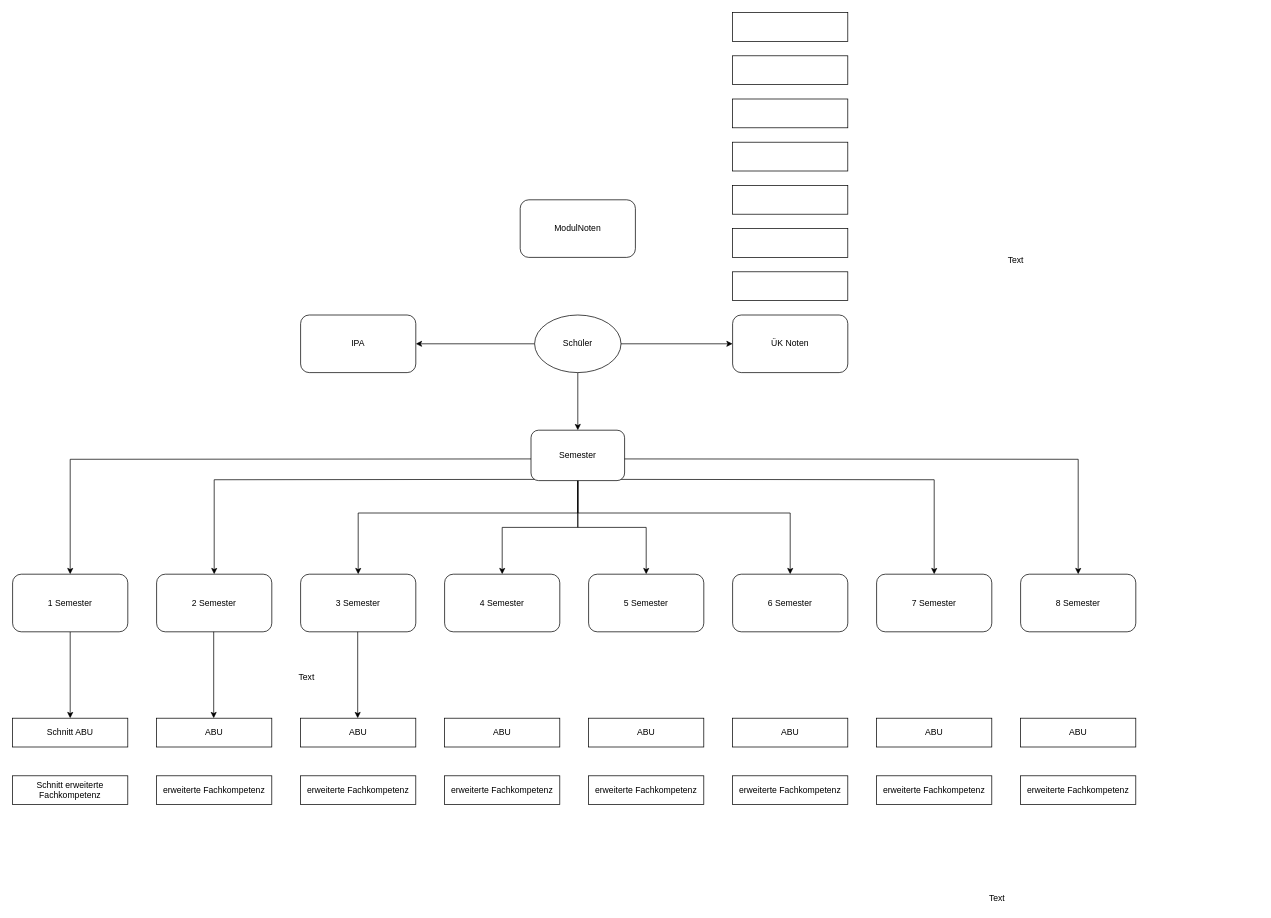
Before: 01_Dokumente/tables+fields.drawio in nikolaischunk/qv_calvulator, a draw.io diagram. Source tidied: cells renumbered, new cells numbered last; positions are measured from the earlier drawing's top-left corner, leaving out a move shared by most shapes. Both pictures are drawn from the tidied source at 72%, with x=0, y=0 at pixel (12, 12).
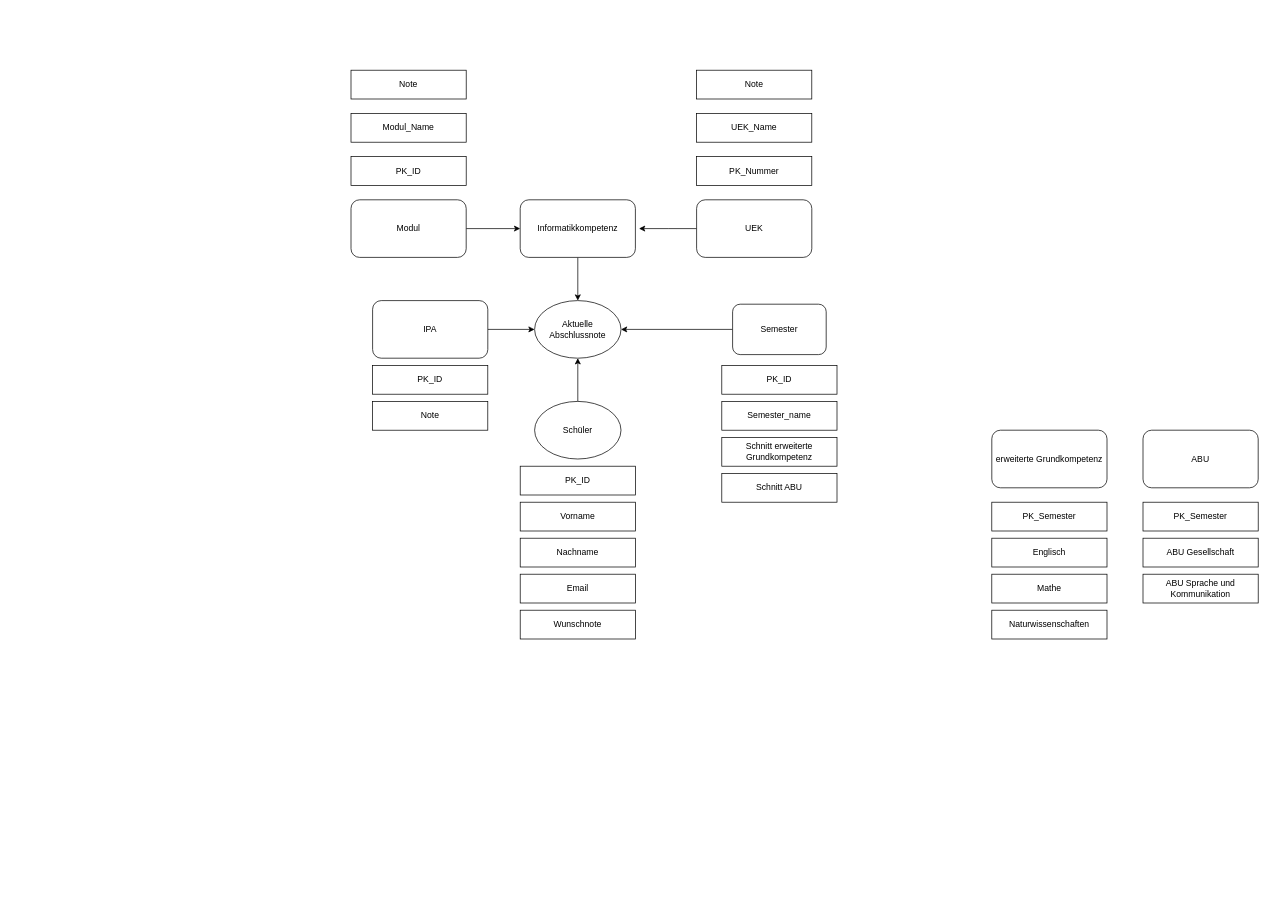
Above is the later version.

Commit message (it also covers changes not shown here):
Corrected the tables + sql

The edit, as a diff of the source:
```diff
@@
-    <mxCell id="2" value="4 Semester" style="rounded=1;whiteSpace=wrap;html=1;" parent="1" vertex="1">
-      <mxGeometry x="600" y="780" width="160" height="80" as="geometry" />
-    </mxCell>
-    <mxCell id="3" value="3 Semester" style="rounded=1;whiteSpace=wrap;html=1;" parent="1" vertex="1">
-      <mxGeometry x="400" y="780" width="160" height="80" as="geometry" />
-    </mxCell>
-    <mxCell id="4" style="edgeStyle=orthogonalEdgeStyle;rounded=0;jettySize=auto;html=1;entryX=0.5;entryY=0;entryDx=0;entryDy=0;" parent="1" edge="1" source="5" target="11">
-      <mxGeometry relative="1" as="geometry" />
-    </mxCell>
-    <mxCell id="5" value="1 Semester" style="rounded=1;whiteSpace=wrap;html=1;" parent="1" vertex="1">
-      <mxGeometry y="780" width="160" height="80" as="geometry" />
-    </mxCell>
-    <mxCell id="6" value="2 Semester" style="rounded=1;whiteSpace=wrap;html=1;" parent="1" vertex="1">
-      <mxGeometry x="200" y="780" width="160" height="80" as="geometry" />
-    </mxCell>
-    <mxCell id="7" value="5 Semester" style="rounded=1;whiteSpace=wrap;html=1;" parent="1" vertex="1">
-      <mxGeometry x="800" y="780" width="160" height="80" as="geometry" />
-    </mxCell>
-    <mxCell id="8" value="6 Semester" style="rounded=1;whiteSpace=wrap;html=1;" parent="1" vertex="1">
-      <mxGeometry x="1000" y="780" width="160" height="80" as="geometry" />
-    </mxCell>
-    <mxCell id="9" value="7 Semester" style="rounded=1;whiteSpace=wrap;html=1;" parent="1" vertex="1">
-      <mxGeometry x="1200" y="780" width="160" height="80" as="geometry" />
-    </mxCell>
-    <mxCell id="10" value="8 Semester" style="rounded=1;whiteSpace=wrap;html=1;" parent="1" vertex="1">
-      <mxGeometry x="1400" y="780" width="160" height="80" as="geometry" />
-    </mxCell>
     <mxCell id="11" value="Schnitt ABU" style="rounded=0;whiteSpace=wrap;html=1;" parent="1" vertex="1">
-      <mxGeometry y="980" width="160" height="40" as="geometry" />
+      <mxGeometry x="985" y="640" width="160" height="40" as="geometry" />
     </mxCell>
-    <mxCell id="12" value="Schnitt erweiterte Fachkompetenz" style="rounded=0;whiteSpace=wrap;html=1;" parent="1" vertex="1">
-      <mxGeometry y="1060" width="160" height="40" as="geometry" />
+    <mxCell id="12" value="Schnitt erweiterte Grundkompetenz" style="rounded=0;whiteSpace=wrap;html=1;" parent="1" vertex="1">
+      <mxGeometry x="985" y="590" width="160" height="40" as="geometry" />
     </mxCell>
-    <mxCell id="13" style="edgeStyle=orthogonalEdgeStyle;rounded=0;jettySize=auto;html=1;" parent="1" edge="1" target="5">
-      <mxGeometry relative="1" as="geometry">
-        <mxPoint x="720" y="619.9" as="sourcePoint" />
-      </mxGeometry>
-    </mxCell>
-    <mxCell id="14" style="edgeStyle=orthogonalEdgeStyle;rounded=0;jettySize=auto;html=1;exitX=0;exitY=1;exitDx=0;exitDy=0;entryX=0.5;entryY=0;entryDx=0;entryDy=0;" parent="1" edge="1" target="6">
-      <mxGeometry relative="1" as="geometry">
-        <mxPoint x="737.6" y="648.3" as="sourcePoint" />
-      </mxGeometry>
-    </mxCell>
-    <mxCell id="15" style="edgeStyle=orthogonalEdgeStyle;rounded=0;jettySize=auto;html=1;" parent="1" edge="1" target="10">
-      <mxGeometry relative="1" as="geometry">
-        <mxPoint x="840" y="619.9" as="sourcePoint" />
-      </mxGeometry>
-    </mxCell>
-    <mxCell id="16" style="edgeStyle=orthogonalEdgeStyle;rounded=0;jettySize=auto;html=1;exitX=1;exitY=1;exitDx=0;exitDy=0;entryX=0.5;entryY=0;entryDx=0;entryDy=0;" parent="1" edge="1" target="9">
-      <mxGeometry relative="1" as="geometry">
-        <mxPoint x="822.4" y="648.3" as="sourcePoint" />
-      </mxGeometry>
-    </mxCell>
+    <mxCell id="55" style="edgeStyle=orthogonalEdgeStyle;rounded=0;jettySize=auto;html=1;" parent="1" edge="1" source="17" target="42">
+      <mxGeometry relative="1" as="geometry" />
+    </mxCell>
     <mxCell id="17" value="IPA" style="rounded=1;whiteSpace=wrap;html=1;" parent="1" vertex="1">
-      <mxGeometry x="400" y="420" width="160" height="80" as="geometry" />
+      <mxGeometry x="500" y="400" width="160" height="80" as="geometry" />
     </mxCell>
+    <mxCell id="56" style="edgeStyle=orthogonalEdgeStyle;rounded=0;jettySize=auto;html=1;" parent="1" edge="1" source="18">
+      <mxGeometry relative="1" as="geometry">
+        <mxPoint x="870" y="300" as="targetPoint" />
+      </mxGeometry>
+    </mxCell>
-    <mxCell id="18" value="ÜK Noten" style="rounded=1;whiteSpace=wrap;html=1;" parent="1" vertex="1">
-      <mxGeometry x="1000" y="420" width="160" height="80" as="geometry" />
+    <mxCell id="18" value="UEK" style="rounded=1;whiteSpace=wrap;html=1;" parent="1" vertex="1">
+      <mxGeometry x="950" y="260" width="160" height="80" as="geometry" />
     </mxCell>
-    <mxCell id="19" value="ABU" style="rounded=0;whiteSpace=wrap;html=1;" parent="1" vertex="1">
-      <mxGeometry x="200" y="980" width="160" height="40" as="geometry" />
-    </mxCell>
-    <mxCell id="20" value="erweiterte Fachkompetenz" style="rounded=0;whiteSpace=wrap;html=1;" parent="1" vertex="1">
-      <mxGeometry x="200" y="1060" width="160" height="40" as="geometry" />
-    </mxCell>
-    <mxCell id="21" value="ABU" style="rounded=0;whiteSpace=wrap;html=1;" parent="1" vertex="1">
-      <mxGeometry x="400" y="980" width="160" height="40" as="geometry" />
-    </mxCell>
-    <mxCell id="22" value="erweiterte Fachkompetenz" style="rounded=0;whiteSpace=wrap;html=1;" parent="1" vertex="1">
-      <mxGeometry x="400" y="1060" width="160" height="40" as="geometry" />
-    </mxCell>
-    <mxCell id="23" value="ABU" style="rounded=0;whiteSpace=wrap;html=1;" parent="1" vertex="1">
-      <mxGeometry x="600" y="980" width="160" height="40" as="geometry" />
-    </mxCell>
-    <mxCell id="24" value="erweiterte Fachkompetenz" style="rounded=0;whiteSpace=wrap;html=1;" parent="1" vertex="1">
-      <mxGeometry x="600" y="1060" width="160" height="40" as="geometry" />
-    </mxCell>
-    <mxCell id="25" value="ABU" style="rounded=0;whiteSpace=wrap;html=1;" parent="1" vertex="1">
-      <mxGeometry x="800" y="980" width="160" height="40" as="geometry" />
-    </mxCell>
-    <mxCell id="26" value="erweiterte Fachkompetenz" style="rounded=0;whiteSpace=wrap;html=1;" parent="1" vertex="1">
-      <mxGeometry x="800" y="1060" width="160" height="40" as="geometry" />
-    </mxCell>
-    <mxCell id="27" value="ABU" style="rounded=0;whiteSpace=wrap;html=1;" parent="1" vertex="1">
-      <mxGeometry x="1000" y="980" width="160" height="40" as="geometry" />
-    </mxCell>
-    <mxCell id="28" value="erweiterte Fachkompetenz" style="rounded=0;whiteSpace=wrap;html=1;" parent="1" vertex="1">
-      <mxGeometry x="1000" y="1060" width="160" height="40" as="geometry" />
-    </mxCell>
-    <mxCell id="29" value="ABU" style="rounded=0;whiteSpace=wrap;html=1;" parent="1" vertex="1">
-      <mxGeometry x="1200" y="980" width="160" height="40" as="geometry" />
-    </mxCell>
-    <mxCell id="30" value="erweiterte Fachkompetenz" style="rounded=0;whiteSpace=wrap;html=1;" parent="1" vertex="1">
-      <mxGeometry x="1200" y="1060" width="160" height="40" as="geometry" />
-    </mxCell>
-    <mxCell id="31" value="ABU" style="rounded=0;whiteSpace=wrap;html=1;" parent="1" vertex="1">
-      <mxGeometry x="1400" y="980" width="160" height="40" as="geometry" />
-    </mxCell>
-    <mxCell id="32" value="erweiterte Fachkompetenz" style="rounded=0;whiteSpace=wrap;html=1;" parent="1" vertex="1">
-      <mxGeometry x="1400" y="1060" width="160" height="40" as="geometry" />
-    </mxCell>
-    <mxCell id="33" value="Text" style="text;html=1;align=center;verticalAlign=middle;" parent="1" vertex="1">
-      <mxGeometry x="1347" y="1220" width="40" height="20" as="geometry" />
-    </mxCell>
-    <mxCell id="34" style="edgeStyle=orthogonalEdgeStyle;rounded=0;jettySize=auto;html=1;" parent="1" edge="1" source="38">
-      <mxGeometry relative="1" as="geometry">
-        <mxPoint x="480" y="780" as="targetPoint" />
-        <Array as="points">
-          <mxPoint x="785" y="695" />
-          <mxPoint x="480" y="695" />
-          <mxPoint x="480" y="780" />
-        </Array>
-      </mxGeometry>
-    </mxCell>
-    <mxCell id="35" style="edgeStyle=orthogonalEdgeStyle;rounded=0;jettySize=auto;html=1;entryX=0.5;entryY=0;entryDx=0;entryDy=0;" parent="1" edge="1" source="38" target="8">
-      <mxGeometry relative="1" as="geometry">
-        <Array as="points">
-          <mxPoint x="785" y="695" />
-          <mxPoint x="1080" y="695" />
-        </Array>
-      </mxGeometry>
-    </mxCell>
-    <mxCell id="36" style="edgeStyle=orthogonalEdgeStyle;rounded=0;jettySize=auto;html=1;entryX=0.5;entryY=0;entryDx=0;entryDy=0;" parent="1" edge="1" source="38" target="2">
-      <mxGeometry relative="1" as="geometry" />
-    </mxCell>
-    <mxCell id="37" style="edgeStyle=orthogonalEdgeStyle;rounded=0;jettySize=auto;html=1;" parent="1" edge="1" source="38" target="7">
-      <mxGeometry relative="1" as="geometry" />
-    </mxCell>
+    <mxCell id="57" style="edgeStyle=orthogonalEdgeStyle;rounded=0;jettySize=auto;html=1;" parent="1" edge="1" source="38" target="42">
+      <mxGeometry relative="1" as="geometry" />
+    </mxCell>
     <mxCell id="38" value="Semester" style="rounded=1;whiteSpace=wrap;html=1;" parent="1" vertex="1">
-      <mxGeometry x="720" y="580" width="130" height="70" as="geometry" />
+      <mxGeometry x="1000" y="405" width="130" height="70" as="geometry" />
     </mxCell>
-    <mxCell id="39" style="edgeStyle=orthogonalEdgeStyle;rounded=0;jettySize=auto;html=1;exitX=1;exitY=0.5;exitDx=0;exitDy=0;" parent="1" edge="1" source="42" target="18">
-      <mxGeometry relative="1" as="geometry" />
-    </mxCell>
-    <mxCell id="40" style="edgeStyle=orthogonalEdgeStyle;rounded=0;jettySize=auto;html=1;entryX=1;entryY=0.5;entryDx=0;entryDy=0;" parent="1" edge="1" source="42" target="17">
-      <mxGeometry relative="1" as="geometry" />
-    </mxCell>
-    <mxCell id="41" style="edgeStyle=orthogonalEdgeStyle;rounded=0;jettySize=auto;html=1;" parent="1" edge="1" source="42" target="38">
-      <mxGeometry relative="1" as="geometry">
-        <Array as="points">
-          <mxPoint x="785" y="570" />
-          <mxPoint x="785" y="570" />
-        </Array>
-      </mxGeometry>
-    </mxCell>
-    <mxCell id="42" value="Schüler" style="ellipse;whiteSpace=wrap;html=1;" parent="1" vertex="1">
-      <mxGeometry x="725" y="420" width="120" height="80" as="geometry" />
+    <mxCell id="42" value="Aktuelle&lt;br&gt;Abschlussnote" style="ellipse;whiteSpace=wrap;html=1;" parent="1" vertex="1">
+      <mxGeometry x="725" y="400" width="120" height="80" as="geometry" />
     </mxCell>
-    <mxCell id="43" style="rounded=0;whiteSpace=wrap;html=1;" parent="1" vertex="1">
-      <mxGeometry x="1000" y="360" width="160" height="40" as="geometry" />
+    <mxCell id="43" value="PK_Nummer" style="rounded=0;whiteSpace=wrap;html=1;" parent="1" vertex="1">
+      <mxGeometry x="950" y="200" width="160" height="40" as="geometry" />
     </mxCell>
-    <mxCell id="44" style="rounded=0;whiteSpace=wrap;html=1;" parent="1" vertex="1">
-      <mxGeometry x="1000" y="300" width="160" height="40" as="geometry" />
+    <mxCell id="44" value="Note" style="rounded=0;whiteSpace=wrap;html=1;" parent="1" vertex="1">
+      <mxGeometry x="950" y="80" width="160" height="40" as="geometry" />
     </mxCell>
-    <mxCell id="45" style="rounded=0;whiteSpace=wrap;html=1;" parent="1" vertex="1">
-      <mxGeometry x="1000" y="240" width="160" height="40" as="geometry" />
-    </mxCell>
-    <mxCell id="46" style="rounded=0;whiteSpace=wrap;html=1;" parent="1" vertex="1">
-      <mxGeometry x="1000" y="180" width="160" height="40" as="geometry" />
-    </mxCell>
-    <mxCell id="47" style="rounded=0;whiteSpace=wrap;html=1;" parent="1" vertex="1">
-      <mxGeometry x="1000" y="120" width="160" height="40" as="geometry" />
-    </mxCell>
-    <mxCell id="48" style="rounded=0;whiteSpace=wrap;html=1;" parent="1" vertex="1">
-      <mxGeometry x="1000" y="60" width="160" height="40" as="geometry" />
-    </mxCell>
-    <mxCell id="49" style="rounded=0;whiteSpace=wrap;html=1;" parent="1" vertex="1">
-      <mxGeometry x="1000" width="160" height="40" as="geometry" />
-    </mxCell>
-    <mxCell id="50" value="Text" style="text;html=1;align=center;verticalAlign=middle;" parent="1" vertex="1">
-      <mxGeometry x="1373" y="334" width="40" height="20" as="geometry" />
-    </mxCell>
-    <mxCell id="51" style="edgeStyle=orthogonalEdgeStyle;rounded=0;orthogonalLoop=1;jettySize=auto;html=1;entryX=0.5;entryY=0;entryDx=0;entryDy=0;" parent="1" edge="1">
-      <mxGeometry relative="1" as="geometry">
-        <mxPoint x="279.3" y="860" as="sourcePoint" />
-        <mxPoint x="279.3" y="980" as="targetPoint" />
-      </mxGeometry>
-    </mxCell>
-    <mxCell id="52" style="edgeStyle=orthogonalEdgeStyle;rounded=0;orthogonalLoop=1;jettySize=auto;html=1;entryX=0.5;entryY=0;entryDx=0;entryDy=0;" parent="1" edge="1">
-      <mxGeometry relative="1" as="geometry">
-        <mxPoint x="479.3" y="860" as="sourcePoint" />
-        <mxPoint x="479.3" y="980" as="targetPoint" />
-      </mxGeometry>
-    </mxCell>
-    <mxCell id="53" value="Text" style="text;html=1;align=center;verticalAlign=middle;" parent="1" vertex="1">
-      <mxGeometry x="388" y="913" width="40" height="20" as="geometry" />
-    </mxCell>
+    <mxCell id="58" style="edgeStyle=orthogonalEdgeStyle;rounded=0;jettySize=auto;html=1;" parent="1" edge="1" source="54" target="42">
+      <mxGeometry relative="1" as="geometry" />
+    </mxCell>
-    <mxCell id="54" value="ModulNoten" style="rounded=1;whiteSpace=wrap;html=1;" parent="1" vertex="1">
+    <mxCell id="54" value="Informatikkompetenz" style="rounded=1;whiteSpace=wrap;html=1;" parent="1" vertex="1">
       <mxGeometry x="705" y="260" width="160" height="80" as="geometry" />
     </mxCell>
+    <mxCell id="59" style="edgeStyle=orthogonalEdgeStyle;rounded=0;jettySize=auto;html=1;" parent="1" edge="1" source="60" target="54">
+      <mxGeometry relative="1" as="geometry" />
+    </mxCell>
+    <mxCell id="60" value="&lt;div&gt;Modul&lt;/div&gt;" style="rounded=1;whiteSpace=wrap;html=1;" parent="1" vertex="1">
+      <mxGeometry x="470" y="260" width="160" height="80" as="geometry" />
+    </mxCell>
+    <mxCell id="61" value="Modul_Name" style="rounded=0;whiteSpace=wrap;html=1;" parent="1" vertex="1">
+      <mxGeometry x="470" y="140" width="160" height="40" as="geometry" />
+    </mxCell>
+    <mxCell id="62" value="Note" style="rounded=0;whiteSpace=wrap;html=1;" parent="1" vertex="1">
+      <mxGeometry x="470" y="80" width="160" height="40" as="geometry" />
+    </mxCell>
+    <mxCell id="63" value="erweiterte Grundkompetenz" style="rounded=1;whiteSpace=wrap;html=1;" parent="1" vertex="1">
+      <mxGeometry x="1360" y="580" width="160" height="80" as="geometry" />
+    </mxCell>
+    <mxCell id="64" value="PK_Semester" style="rounded=0;whiteSpace=wrap;html=1;" parent="1" vertex="1">
+      <mxGeometry x="1360" y="680" width="160" height="40" as="geometry" />
+    </mxCell>
+    <mxCell id="65" value="Englisch" style="rounded=0;whiteSpace=wrap;html=1;" parent="1" vertex="1">
+      <mxGeometry x="1360" y="730" width="160" height="40" as="geometry" />
+    </mxCell>
+    <mxCell id="66" value="Mathe" style="rounded=0;whiteSpace=wrap;html=1;" parent="1" vertex="1">
+      <mxGeometry x="1360" y="780" width="160" height="40" as="geometry" />
+    </mxCell>
+    <mxCell id="67" value="Naturwissenschaften" style="rounded=0;whiteSpace=wrap;html=1;" parent="1" vertex="1">
+      <mxGeometry x="1360" y="830" width="160" height="40" as="geometry" />
+    </mxCell>
+    <mxCell id="68" value="PK_ID" style="rounded=0;whiteSpace=wrap;html=1;" parent="1" vertex="1">
+      <mxGeometry x="985" y="490" width="160" height="40" as="geometry" />
+    </mxCell>
+    <mxCell id="69" value="PK_Semester" style="rounded=0;whiteSpace=wrap;html=1;" parent="1" vertex="1">
+      <mxGeometry x="1570" y="680" width="160" height="40" as="geometry" />
+    </mxCell>
+    <mxCell id="70" value="ABU Gesellschaft" style="rounded=0;whiteSpace=wrap;html=1;" parent="1" vertex="1">
+      <mxGeometry x="1570" y="730" width="160" height="40" as="geometry" />
+    </mxCell>
+    <mxCell id="71" value="ABU Sprache und&lt;br&gt;Kommunikation" style="rounded=0;whiteSpace=wrap;html=1;" parent="1" vertex="1">
+      <mxGeometry x="1570" y="780" width="160" height="40" as="geometry" />
+    </mxCell>
+    <mxCell id="72" value="PK_ID" style="rounded=0;whiteSpace=wrap;html=1;" parent="1" vertex="1">
+      <mxGeometry x="705" y="630" width="160" height="40" as="geometry" />
+    </mxCell>
+    <mxCell id="73" value="Vorname" style="rounded=0;whiteSpace=wrap;html=1;" parent="1" vertex="1">
+      <mxGeometry x="705" y="680" width="160" height="40" as="geometry" />
+    </mxCell>
+    <mxCell id="74" value="Nachname" style="rounded=0;whiteSpace=wrap;html=1;" parent="1" vertex="1">
+      <mxGeometry x="705" y="730" width="160" height="40" as="geometry" />
+    </mxCell>
+    <mxCell id="75" value="Email" style="rounded=0;whiteSpace=wrap;html=1;" parent="1" vertex="1">
+      <mxGeometry x="705" y="780" width="160" height="40" as="geometry" />
+    </mxCell>
+    <mxCell id="76" value="Wunschnote" style="rounded=0;whiteSpace=wrap;html=1;" parent="1" vertex="1">
+      <mxGeometry x="705" y="830" width="160" height="40" as="geometry" />
+    </mxCell>
+    <mxCell id="77" value="&lt;div&gt;ABU&lt;/div&gt;" style="rounded=1;whiteSpace=wrap;html=1;" parent="1" vertex="1">
+      <mxGeometry x="1570" y="580" width="160" height="80" as="geometry" />
+    </mxCell>
+    <mxCell id="78" value="PK_ID" style="rounded=0;whiteSpace=wrap;html=1;" parent="1" vertex="1">
+      <mxGeometry x="500" y="490" width="160" height="40" as="geometry" />
+    </mxCell>
+    <mxCell id="79" value="Note" style="rounded=0;whiteSpace=wrap;html=1;" parent="1" vertex="1">
+      <mxGeometry x="500" y="540" width="160" height="40" as="geometry" />
+    </mxCell>
+    <mxCell id="80" style="edgeStyle=orthogonalEdgeStyle;rounded=0;jettySize=auto;html=1;" parent="1" edge="1" source="81" target="42">
+      <mxGeometry relative="1" as="geometry" />
+    </mxCell>
+    <mxCell id="81" value="Schüler" style="ellipse;whiteSpace=wrap;html=1;" parent="1" vertex="1">
+      <mxGeometry x="725" y="540" width="120" height="80" as="geometry" />
+    </mxCell>
+    <mxCell id="82" value="Semester_name" style="rounded=0;whiteSpace=wrap;html=1;" parent="1" vertex="1">
+      <mxGeometry x="985" y="540" width="160" height="40" as="geometry" />
+    </mxCell>
+    <mxCell id="83" value="PK_ID" style="rounded=0;whiteSpace=wrap;html=1;" parent="1" vertex="1">
+      <mxGeometry x="470" y="200" width="160" height="40" as="geometry" />
+    </mxCell>
+    <mxCell id="84" value="UEK_Name" style="rounded=0;whiteSpace=wrap;html=1;" parent="1" vertex="1">
+      <mxGeometry x="950" y="140" width="160" height="40" as="geometry" />
+    </mxCell>
```
